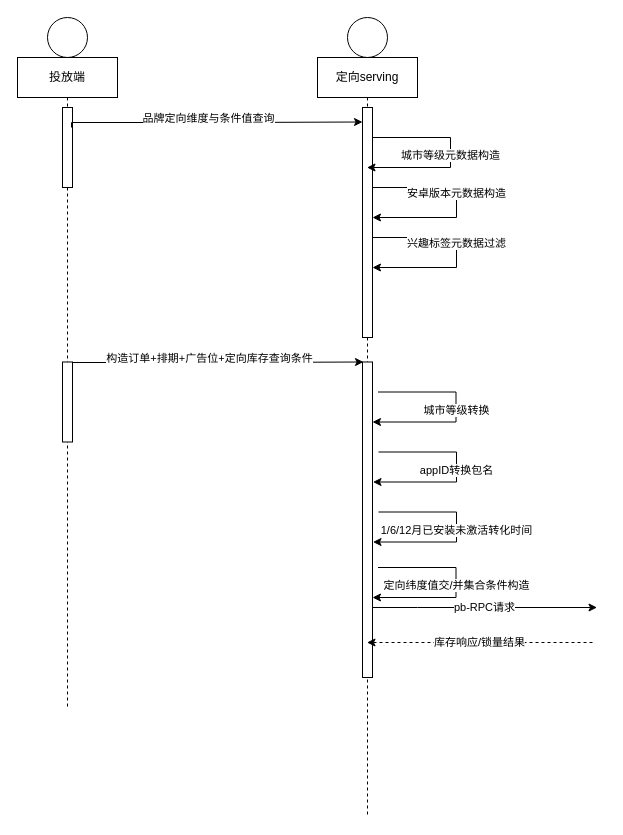
Above: 品牌广告定向包管理.drawio in karlchan-cn/drawio-repository (draw.io), before the change. Source tidied: cells renumbered, new cells numbered last; positions are measured from the earlier drawing's top-left corner, leaving out a move shared by most shapes. Both pictures are drawn from the tidied source at 100%, with x=0, y=0 at pixel (17, 17).
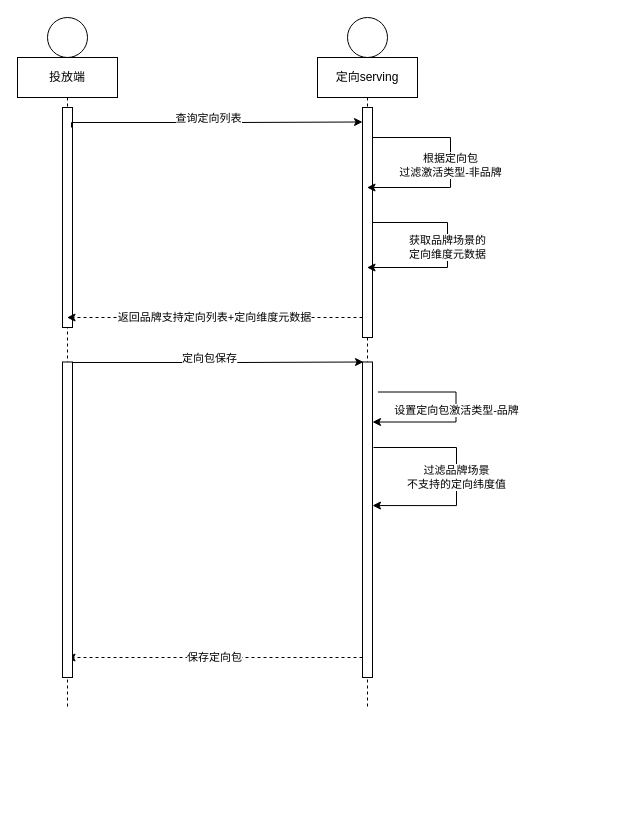
The same diagram, later.

Commit message:
Update 品牌广告定向包管理.drawio

Unchanged cells that the change refers to:
```xml
<mxCell id="4" style="html=1;points=[];perimeter=orthogonalPerimeter;" parent="3" vertex="1">
  <mxGeometry x="45" y="50" width="10" height="230" as="geometry" />
</mxCell>
<mxCell id="7" value="投放端" style="shape=umlLifeline;perimeter=lifelinePerimeter;whiteSpace=wrap;html=1;outlineConnect=0;" parent="1" vertex="1">
  <mxGeometry y="40" width="100" height="650" as="geometry" />
</mxCell>
<mxCell id="9" style="edgeStyle=orthogonalEdgeStyle;rounded=0;orthogonalLoop=1;jettySize=auto;html=1;entryX=0.1;entryY=0.05;entryDx=0;entryDy=0;entryPerimeter=0;" parent="1" edge="1">
  <mxGeometry relative="1" as="geometry">
    <mxPoint x="54" y="110" as="sourcePoint" />
    <mxPoint x="345" y="104.5" as="targetPoint" />
    <Array as="points">
      <mxPoint x="54" y="105" />
      <mxPoint x="219" y="105" />
    </Array>
  </mxGeometry>
</mxCell>
<mxCell id="12" style="html=1;points=[];perimeter=orthogonalPerimeter;" parent="1" vertex="1">
  <mxGeometry x="345" y="344.5" width="10" height="315.5" as="geometry" />
</mxCell>
<mxCell id="17" style="edgeStyle=orthogonalEdgeStyle;rounded=0;orthogonalLoop=1;jettySize=auto;html=1;entryX=0.1;entryY=0.05;entryDx=0;entryDy=0;entryPerimeter=0;" parent="1" edge="1">
  <mxGeometry relative="1" as="geometry">
    <mxPoint x="55" y="350" as="sourcePoint" />
    <mxPoint x="346" y="344.5" as="targetPoint" />
    <Array as="points">
      <mxPoint x="55" y="345" />
      <mxPoint x="220" y="345" />
    </Array>
  </mxGeometry>
</mxCell>
```

The edit, as a diff of the source:
```diff
@@
     <mxCell id="3" value="定向serving" style="shape=umlLifeline;perimeter=lifelinePerimeter;whiteSpace=wrap;html=1;outlineConnect=0;" parent="1" vertex="1">
-      <mxGeometry x="300" y="40" width="100" height="760" as="geometry" />
+      <mxGeometry x="300" y="40" width="100" height="650" as="geometry" />
     </mxCell>
@@
-    <mxCell id="5" value="城市等级元数据构造" style="edgeStyle=orthogonalEdgeStyle;rounded=0;jettySize=auto;html=1;" parent="3" edge="1" source="4" target="3">
+    <mxCell id="5" value="根据定向包&lt;br&gt;过滤激活类型-非品牌" style="edgeStyle=orthogonalEdgeStyle;rounded=0;jettySize=auto;html=1;" parent="3" edge="1" source="4" target="3">
       <mxGeometry relative="1" as="geometry">
         <Array as="points">
           <mxPoint x="133" y="80" />
-          <mxPoint x="133" y="110" />
+          <mxPoint x="133" y="130" />
         </Array>
       </mxGeometry>
     </mxCell>
+    <mxCell id="23" value="获取品牌场景的&lt;br&gt;定向维度元数据" style="edgeStyle=orthogonalEdgeStyle;rounded=0;jettySize=auto;html=1;" parent="3" edge="1" source="4" target="3">
+      <mxGeometry relative="1" as="geometry">
+        <Array as="points">
+          <mxPoint x="130" y="165" />
+          <mxPoint x="130" y="210" />
+        </Array>
+      </mxGeometry>
+    </mxCell>
@@
     <mxCell id="8" style="html=1;perimeter=orthogonalPerimeter;" parent="7" vertex="1">
-      <mxGeometry x="45" y="50" width="10" height="80" as="geometry" />
+      <mxGeometry x="45" y="50" width="10" height="220" as="geometry" />
     </mxCell>
@@
-    <mxCell id="10" value="品牌定向维度与条件值查询" style="edgeLabel;html=1;align=center;verticalAlign=middle;" parent="9" vertex="1">
+    <mxCell id="10" value="查询定向列表" style="edgeLabel;html=1;align=center;verticalAlign=middle;" parent="9" vertex="1">
       <mxGeometry x="-0.42" y="-1" relative="1" as="geometry">
         <mxPoint x="55" y="-6" as="offset" />
       </mxGeometry>
     </mxCell>
-    <mxCell id="11" value="pb-RPC请求" style="edgeStyle=orthogonalEdgeStyle;rounded=0;jettySize=auto;html=1;" parent="1" edge="1" source="12">
-      <mxGeometry relative="1" as="geometry">
-        <mxPoint x="579.5" y="590" as="targetPoint" />
-        <Array as="points">
-          <mxPoint x="400" y="590" />
-          <mxPoint x="400" y="590" />
-        </Array>
-      </mxGeometry>
-    </mxCell>
+    <mxCell id="24" value="保存定向包" style="edgeStyle=orthogonalEdgeStyle;rounded=0;jettySize=auto;html=1;dashed=1;" parent="1" edge="1" source="12" target="7">
+      <mxGeometry relative="1" as="geometry">
+        <Array as="points">
+          <mxPoint x="280" y="640" />
+          <mxPoint x="280" y="640" />
+        </Array>
+      </mxGeometry>
+    </mxCell>
@@
-    <mxCell id="13" value="城市等级转换" style="edgeStyle=orthogonalEdgeStyle;rounded=0;orthogonalLoop=1;jettySize=auto;html=1;" parent="1" edge="1">
+    <mxCell id="13" value="设置定向包激活类型-品牌" style="edgeStyle=orthogonalEdgeStyle;rounded=0;orthogonalLoop=1;jettySize=auto;html=1;" parent="1" edge="1">
       <mxGeometry relative="1" as="geometry">
         <mxPoint x="360.5" y="374.5" as="sourcePoint" />
         <mxPoint x="355" y="404.5" as="targetPoint" />
         <Array as="points">
           <mxPoint x="438.5" y="374.5" />
           <mxPoint x="438.5" y="404.5" />
         </Array>
       </mxGeometry>
     </mxCell>
-    <mxCell id="14" value="1/6/12月已安装未激活转化时间" style="edgeStyle=orthogonalEdgeStyle;rounded=0;orthogonalLoop=1;jettySize=auto;html=1;" parent="1" edge="1">
-      <mxGeometry relative="1" as="geometry">
-        <mxPoint x="361" y="494.5" as="sourcePoint" />
-        <mxPoint x="355.5" y="524.5" as="targetPoint" />
-        <Array as="points">
-          <mxPoint x="439" y="494.5" />
-          <mxPoint x="439" y="524.5" />
-        </Array>
-      </mxGeometry>
-    </mxCell>
-    <mxCell id="15" value="appID转换包名" style="edgeStyle=orthogonalEdgeStyle;rounded=0;orthogonalLoop=1;jettySize=auto;html=1;" parent="1" edge="1">
+    <mxCell id="15" value="过滤品牌场景&lt;br&gt;不支持的定向纬度值" style="edgeStyle=orthogonalEdgeStyle;rounded=0;jettySize=auto;html=1;entryX=1;entryY=0.455;entryDx=0;entryDy=0;entryPerimeter=0;" parent="1" edge="1" target="12">
       <mxGeometry relative="1" as="geometry">
-        <mxPoint x="361" y="434.5" as="sourcePoint" />
-        <mxPoint x="355.5" y="464.5" as="targetPoint" />
+        <mxPoint x="356" y="430" as="sourcePoint" />
         <Array as="points">
-          <mxPoint x="439" y="434.5" />
-          <mxPoint x="439" y="464.5" />
+          <mxPoint x="439" y="430" />
+          <mxPoint x="439" y="488" />
         </Array>
       </mxGeometry>
     </mxCell>
     <mxCell id="16" style="html=1;perimeter=orthogonalPerimeter;" parent="1" vertex="1">
-      <mxGeometry x="45" y="344.5" width="10" height="80" as="geometry" />
+      <mxGeometry x="45" y="344.5" width="10" height="315.5" as="geometry" />
     </mxCell>
@@
-    <mxCell id="18" value="构造订单+排期+广告位+定向库存查询条件" style="edgeLabel;html=1;align=center;verticalAlign=middle;" parent="17" vertex="1">
+    <mxCell id="18" value="定向包保存" style="edgeLabel;html=1;align=center;verticalAlign=middle;" parent="17" vertex="1">
       <mxGeometry x="-0.42" y="-1" relative="1" as="geometry">
         <mxPoint x="55" y="-6" as="offset" />
       </mxGeometry>
     </mxCell>
-    <mxCell id="19" value="安卓版本元数据构造" style="edgeStyle=orthogonalEdgeStyle;rounded=0;jettySize=auto;html=1;exitX=1;exitY=0.421;exitDx=0;exitDy=0;exitPerimeter=0;" parent="1" edge="1" source="4">
-      <mxGeometry relative="1" as="geometry">
-        <mxPoint x="355" y="200" as="targetPoint" />
-        <Array as="points">
-          <mxPoint x="439" y="170" />
-          <mxPoint x="439" y="200" />
-        </Array>
-      </mxGeometry>
-    </mxCell>
-    <mxCell id="20" value="兴趣标签元数据过滤" style="edgeStyle=orthogonalEdgeStyle;rounded=0;orthogonalLoop=1;jettySize=auto;html=1;exitX=1;exitY=0.421;exitDx=0;exitDy=0;exitPerimeter=0;" parent="1" edge="1">
-      <mxGeometry relative="1" as="geometry">
-        <mxPoint x="355" y="236.8" as="sourcePoint" />
-        <mxPoint x="355" y="250" as="targetPoint" />
-        <Array as="points">
-          <mxPoint x="439" y="220" />
-          <mxPoint x="439" y="250" />
-        </Array>
-      </mxGeometry>
-    </mxCell>
-    <mxCell id="21" value="定向纬度值交/并集合条件构造" style="edgeStyle=orthogonalEdgeStyle;rounded=0;orthogonalLoop=1;jettySize=auto;html=1;" parent="1" edge="1">
-      <mxGeometry relative="1" as="geometry">
-        <mxPoint x="360.5" y="550" as="sourcePoint" />
-        <mxPoint x="355" y="580" as="targetPoint" />
-        <Array as="points">
-          <mxPoint x="438.5" y="550" />
-          <mxPoint x="438.5" y="580" />
-        </Array>
-      </mxGeometry>
-    </mxCell>
-    <mxCell id="22" value="库存响应/锁量结果" style="edgeStyle=orthogonalEdgeStyle;rounded=0;jettySize=auto;html=1;dashed=1;" parent="1" edge="1" target="3">
-      <mxGeometry relative="1" as="geometry">
-        <mxPoint x="575" y="625" as="sourcePoint" />
-        <Array as="points">
-          <mxPoint x="420" y="625" />
-          <mxPoint x="420" y="625" />
-        </Array>
-      </mxGeometry>
-    </mxCell>
+    <mxCell id="25" value="返回品牌支持定向列表+定向维度元数据" style="edgeStyle=orthogonalEdgeStyle;rounded=0;jettySize=auto;html=1;dashed=1;" parent="1" edge="1" source="4" target="7">
+      <mxGeometry relative="1" as="geometry">
+        <Array as="points">
+          <mxPoint x="290" y="300" />
+          <mxPoint x="290" y="300" />
+        </Array>
+      </mxGeometry>
+    </mxCell>
```
